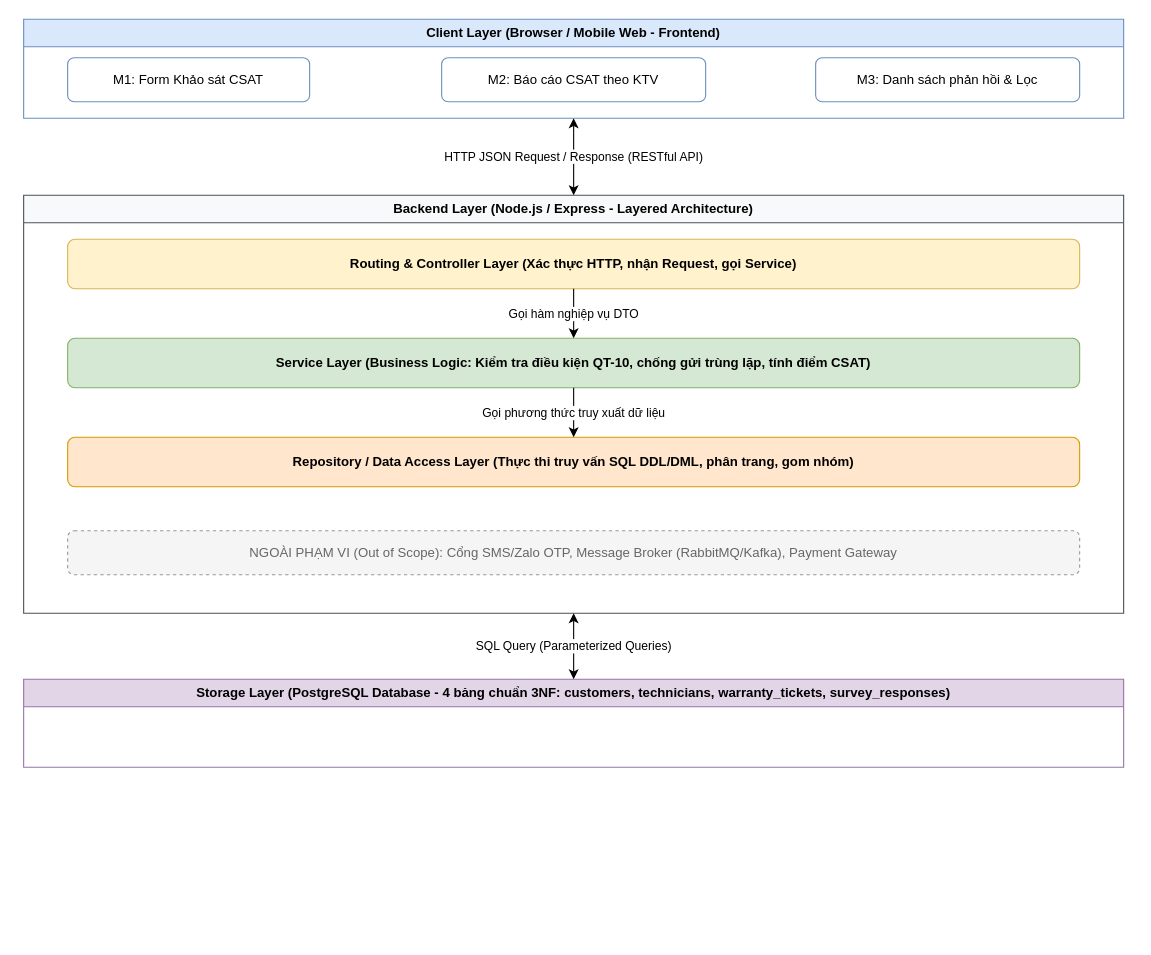
Earlier version of the draw.io diagram docs/architecture.drawio (Ian1817/cdtn1-vohoangphilan-l8). Source tidied: cells renumbered, new cells numbered last; positions are measured from the earlier drawing's top-left corner, leaving out a move shared by most shapes. Both pictures are drawn from the tidied source at 110%, with x=0, y=0 at pixel (23, 19).
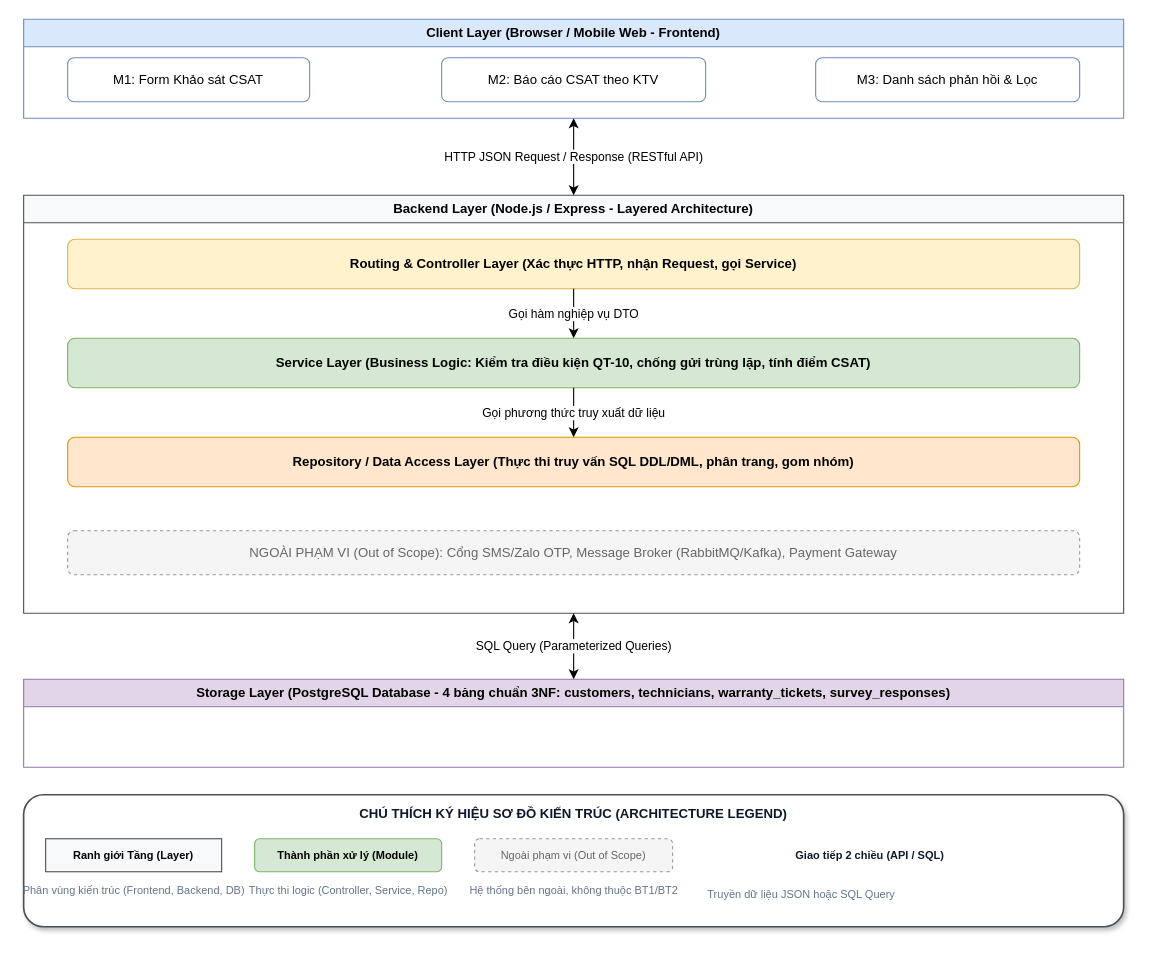
After the change.

Commit message:
docs: bo sung khung chu thich ky hieu (Legend) cho so do kien truc

The edit, as a diff of the source:
```diff
@@
+    <mxCell id="16" style="rounded=1;whiteSpace=wrap;html=1;fillColor=#ffffff;strokeColor=#495057;strokeWidth=1.5;shadow=1;" parent="1" vertex="1">
+      <mxGeometry y="705" width="1000" height="120" as="geometry" />
+    </mxCell>
+    <mxCell id="17" value="CHÚ THÍCH KÝ HIỆU SƠ ĐỒ KIẾN TRÚC (ARCHITECTURE LEGEND)" style="text;html=1;strokeColor=none;fillColor=none;align=center;verticalAlign=middle;whiteSpace=wrap;rounded=0;fontStyle=1;fontSize=12;fontColor=#0f172a;" parent="1" vertex="1">
+      <mxGeometry x="10" y="710" width="980" height="25" as="geometry" />
+    </mxCell>
+    <mxCell id="18" value="Ranh giới Tầng (Layer)" style="rounded=0;whiteSpace=wrap;html=1;fillColor=#f8f9fa;strokeColor=#495057;fontStyle=1;fontSize=10;align=center;" parent="1" vertex="1">
+      <mxGeometry x="20" y="745" width="160" height="30" as="geometry" />
+    </mxCell>
+    <mxCell id="19" value="Phân vùng kiến trúc (Frontend, Backend, DB)" style="text;html=1;strokeColor=none;fillColor=none;align=center;fontSize=10;fontColor=#64748b;" parent="1" vertex="1">
+      <mxGeometry x="20" y="780" width="160" height="30" as="geometry" />
+    </mxCell>
+    <mxCell id="20" value="Thành phần xử lý (Module)" style="rounded=1;whiteSpace=wrap;html=1;fillColor=#d5e8d4;strokeColor=#82b366;fontStyle=1;fontSize=10;align=center;" parent="1" vertex="1">
+      <mxGeometry x="210" y="745" width="170" height="30" as="geometry" />
+    </mxCell>
+    <mxCell id="21" value="Thực thi logic (Controller, Service, Repo)" style="text;html=1;strokeColor=none;fillColor=none;align=center;fontSize=10;fontColor=#64748b;" parent="1" vertex="1">
+      <mxGeometry x="210" y="780" width="170" height="30" as="geometry" />
+    </mxCell>
+    <mxCell id="22" value="Ngoài phạm vi (Out of Scope)" style="rounded=1;whiteSpace=wrap;html=1;fillColor=#f5f5f5;strokeColor=#999999;fontColor=#666666;dashed=1;fontSize=10;align=center;" parent="1" vertex="1">
+      <mxGeometry x="410" y="745" width="180" height="30" as="geometry" />
+    </mxCell>
+    <mxCell id="23" value="Hệ thống bên ngoài, không thuộc BT1/BT2" style="text;html=1;strokeColor=none;fillColor=none;align=center;fontSize=10;fontColor=#64748b;" parent="1" vertex="1">
+      <mxGeometry x="410" y="780" width="180" height="30" as="geometry" />
+    </mxCell>
+    <mxCell id="24" style="endArrow=classic;startArrow=classic;html=1;strokeColor=#000000;" parent="1" edge="1">
+      <mxGeometry relative="1" as="geometry" />
+    </mxCell>
+    <mxCell id="25" value="Giao tiếp 2 chiều (API / SQL)" style="text;html=1;strokeColor=none;fillColor=none;align=left;verticalAlign=middle;fontSize=10;fontStyle=1;fontColor=#0f172a;" parent="1" vertex="1">
+      <mxGeometry x="700" y="745" width="150" height="30" as="geometry" />
+    </mxCell>
+    <mxCell id="26" value="Truyền dữ liệu JSON hoặc SQL Query" style="text;html=1;strokeColor=none;fillColor=none;align=left;verticalAlign=middle;fontSize=10;fontColor=#64748b;" parent="1" vertex="1">
+      <mxGeometry x="620" y="780" width="220" height="30" as="geometry" />
+    </mxCell>
```
